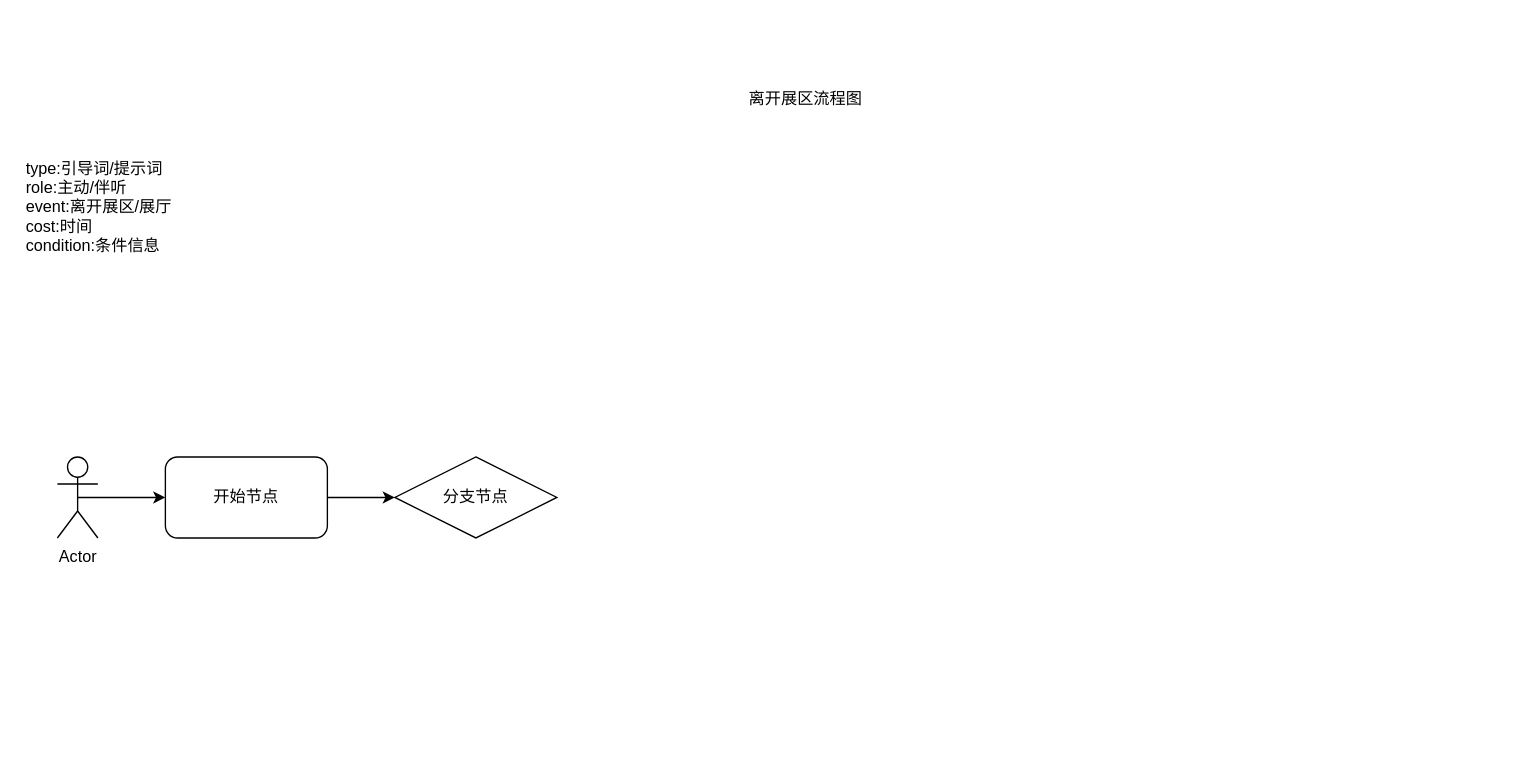
The draw.io diagram 8.离开展厅.drawio in huaxiaojilzg/workflow_draw, before the edit. Source tidied: cells renumbered, new cells numbered last; positions are measured from the earlier drawing's top-left corner, leaving out a move shared by most shapes. Both pictures are drawn from the tidied source at 135%, with x=0, y=0 at pixel (23, 78).
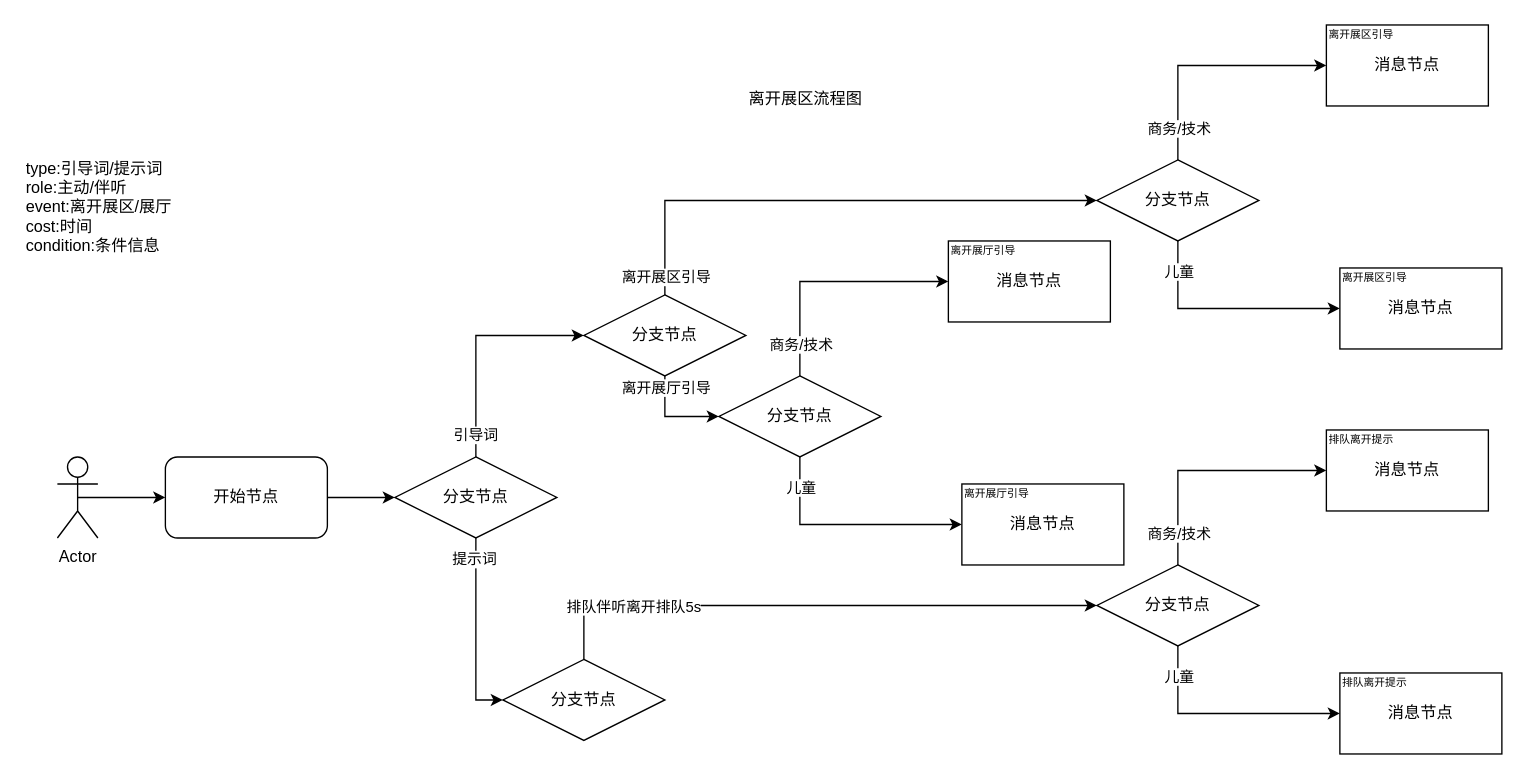
Above is the later version.

Commit message:
更新8.离开展厅.drawio

The change refers to these unchanged cells:
```xml
<mxCell id="7" value="分支节点" style="rhombus;whiteSpace=wrap;html=1;" parent="1" vertex="1">
  <mxGeometry x="275" y="280" width="120" height="60" as="geometry" />
</mxCell>
```

Change to the diagram source:
```diff
@@
+    <mxCell id="9" style="edgeStyle=orthogonalEdgeStyle;rounded=0;jettySize=auto;html=1;exitX=0.5;exitY=0;exitDx=0;exitDy=0;entryX=0;entryY=0.5;entryDx=0;entryDy=0;" parent="1" edge="1" source="7" target="38">
+      <mxGeometry relative="1" as="geometry" />
+    </mxCell>
+    <mxCell id="10" value="引导词" style="edgeLabel;html=1;align=center;verticalAlign=middle;" parent="9" vertex="1">
+      <mxGeometry x="-0.8" y="1" relative="1" as="geometry" />
+    </mxCell>
+    <mxCell id="11" style="edgeStyle=orthogonalEdgeStyle;rounded=0;jettySize=auto;html=1;exitX=0.5;exitY=1;exitDx=0;exitDy=0;entryX=0;entryY=0.5;entryDx=0;entryDy=0;" parent="1" edge="1" source="7" target="33">
+      <mxGeometry relative="1" as="geometry" />
+    </mxCell>
+    <mxCell id="12" value="提示词" style="edgeLabel;html=1;align=center;verticalAlign=middle;" parent="11" vertex="1">
+      <mxGeometry x="-0.78" y="-2" relative="1" as="geometry" />
+    </mxCell>
@@
+    <mxCell id="13" style="edgeStyle=orthogonalEdgeStyle;rounded=0;jettySize=auto;html=1;exitX=0.5;exitY=0;exitDx=0;exitDy=0;entryX=0;entryY=0.5;entryDx=0;entryDy=0;" parent="1" edge="1" source="17" target="18">
+      <mxGeometry relative="1" as="geometry" />
+    </mxCell>
+    <mxCell id="14" value="商务/技术" style="edgeLabel;html=1;align=center;verticalAlign=middle;" parent="13" vertex="1">
+      <mxGeometry x="-0.73" relative="1" as="geometry" />
+    </mxCell>
+    <mxCell id="15" style="edgeStyle=orthogonalEdgeStyle;rounded=0;jettySize=auto;html=1;exitX=0.5;exitY=1;exitDx=0;exitDy=0;entryX=0;entryY=0.5;entryDx=0;entryDy=0;" parent="1" edge="1" source="17" target="19">
+      <mxGeometry relative="1" as="geometry" />
+    </mxCell>
+    <mxCell id="16" value="儿童" style="edgeLabel;html=1;align=center;verticalAlign=middle;" parent="15" vertex="1">
+      <mxGeometry x="-0.74" relative="1" as="geometry" />
+    </mxCell>
+    <mxCell id="17" value="分支节点" style="rhombus;whiteSpace=wrap;html=1;" parent="1" vertex="1">
+      <mxGeometry x="795" y="60" width="120" height="60" as="geometry" />
+    </mxCell>
+    <mxCell id="18" value="消息节点" style="rounded=0;whiteSpace=wrap;html=1;" parent="1" vertex="1">
+      <mxGeometry x="965" y="-40" width="120" height="60" as="geometry" />
+    </mxCell>
+    <mxCell id="19" value="消息节点" style="rounded=0;whiteSpace=wrap;html=1;" parent="1" vertex="1">
+      <mxGeometry x="975" y="140" width="120" height="60" as="geometry" />
+    </mxCell>
+    <mxCell id="20" value="&lt;font style=&quot;font-size: 8px;&quot;&gt;离开展区引导&lt;/font&gt;" style="text;html=1;align=left;verticalAlign=middle;whiteSpace=wrap;rounded=0;" parent="1" vertex="1">
+      <mxGeometry x="965" y="-40" width="70" height="11" as="geometry" />
+    </mxCell>
+    <mxCell id="21" value="&lt;font style=&quot;font-size: 8px;&quot;&gt;离开展区引导&lt;/font&gt;" style="text;html=1;align=left;verticalAlign=middle;whiteSpace=wrap;rounded=0;" parent="1" vertex="1">
+      <mxGeometry x="975" y="140" width="70" height="11" as="geometry" />
+    </mxCell>
+    <mxCell id="22" style="edgeStyle=orthogonalEdgeStyle;rounded=0;jettySize=auto;html=1;exitX=0.5;exitY=0;exitDx=0;exitDy=0;entryX=0;entryY=0.5;entryDx=0;entryDy=0;" parent="1" edge="1" source="26" target="27">
+      <mxGeometry relative="1" as="geometry" />
+    </mxCell>
+    <mxCell id="23" value="商务/技术" style="edgeLabel;html=1;align=center;verticalAlign=middle;" parent="22" vertex="1">
+      <mxGeometry x="-0.73" relative="1" as="geometry" />
+    </mxCell>
+    <mxCell id="24" style="edgeStyle=orthogonalEdgeStyle;rounded=0;jettySize=auto;html=1;exitX=0.5;exitY=1;exitDx=0;exitDy=0;entryX=0;entryY=0.5;entryDx=0;entryDy=0;" parent="1" edge="1" source="26" target="28">
+      <mxGeometry relative="1" as="geometry" />
+    </mxCell>
+    <mxCell id="25" value="儿童" style="edgeLabel;html=1;align=center;verticalAlign=middle;" parent="24" vertex="1">
+      <mxGeometry x="-0.74" relative="1" as="geometry" />
+    </mxCell>
+    <mxCell id="26" value="分支节点" style="rhombus;whiteSpace=wrap;html=1;" parent="1" vertex="1">
+      <mxGeometry x="515" y="220" width="120" height="60" as="geometry" />
+    </mxCell>
+    <mxCell id="27" value="消息节点" style="rounded=0;whiteSpace=wrap;html=1;" parent="1" vertex="1">
+      <mxGeometry x="685" y="120" width="120" height="60" as="geometry" />
+    </mxCell>
+    <mxCell id="28" value="消息节点" style="rounded=0;whiteSpace=wrap;html=1;" parent="1" vertex="1">
+      <mxGeometry x="695" y="300" width="120" height="60" as="geometry" />
+    </mxCell>
+    <mxCell id="29" value="&lt;font style=&quot;font-size: 8px;&quot;&gt;离开展厅引导&lt;/font&gt;" style="text;html=1;align=left;verticalAlign=middle;whiteSpace=wrap;rounded=0;" parent="1" vertex="1">
+      <mxGeometry x="685" y="120" width="70" height="11" as="geometry" />
+    </mxCell>
+    <mxCell id="30" value="&lt;font style=&quot;font-size: 8px;&quot;&gt;离开展厅引导&lt;/font&gt;" style="text;html=1;align=left;verticalAlign=middle;whiteSpace=wrap;rounded=0;" parent="1" vertex="1">
+      <mxGeometry x="695" y="300" width="70" height="11" as="geometry" />
+    </mxCell>
+    <mxCell id="31" style="edgeStyle=orthogonalEdgeStyle;rounded=0;jettySize=auto;html=1;exitX=0.5;exitY=0;exitDx=0;exitDy=0;entryX=0;entryY=0.5;entryDx=0;entryDy=0;" parent="1" edge="1" source="33" target="43">
+      <mxGeometry relative="1" as="geometry" />
+    </mxCell>
+    <mxCell id="32" value="排队伴听离开排队5s" style="edgeLabel;html=1;align=center;verticalAlign=middle;" parent="31" vertex="1">
+      <mxGeometry x="-0.64" relative="1" as="geometry" />
+    </mxCell>
+    <mxCell id="33" value="分支节点" style="rhombus;whiteSpace=wrap;html=1;" parent="1" vertex="1">
+      <mxGeometry x="355" y="430" width="120" height="60" as="geometry" />
+    </mxCell>
+    <mxCell id="34" style="edgeStyle=orthogonalEdgeStyle;rounded=0;jettySize=auto;html=1;exitX=0.5;exitY=1;exitDx=0;exitDy=0;entryX=0;entryY=0.5;entryDx=0;entryDy=0;" parent="1" edge="1" source="38" target="26">
+      <mxGeometry relative="1" as="geometry" />
+    </mxCell>
+    <mxCell id="35" value="离开展厅引导" style="edgeLabel;html=1;align=center;verticalAlign=middle;" parent="34" vertex="1">
+      <mxGeometry x="-0.76" relative="1" as="geometry" />
+    </mxCell>
+    <mxCell id="36" style="edgeStyle=orthogonalEdgeStyle;rounded=0;jettySize=auto;html=1;exitX=0.5;exitY=0;exitDx=0;exitDy=0;entryX=0;entryY=0.5;entryDx=0;entryDy=0;" parent="1" edge="1" source="38" target="17">
+      <mxGeometry relative="1" as="geometry" />
+    </mxCell>
+    <mxCell id="37" value="离开展区引导" style="edgeLabel;html=1;align=center;verticalAlign=middle;" parent="36" vertex="1">
+      <mxGeometry x="-0.93" relative="1" as="geometry" />
+    </mxCell>
+    <mxCell id="38" value="分支节点" style="rhombus;whiteSpace=wrap;html=1;" parent="1" vertex="1">
+      <mxGeometry x="415" y="160" width="120" height="60" as="geometry" />
+    </mxCell>
+    <mxCell id="39" style="edgeStyle=orthogonalEdgeStyle;rounded=0;jettySize=auto;html=1;exitX=0.5;exitY=0;exitDx=0;exitDy=0;entryX=0;entryY=0.5;entryDx=0;entryDy=0;" parent="1" edge="1" source="43" target="44">
+      <mxGeometry relative="1" as="geometry" />
+    </mxCell>
+    <mxCell id="40" value="商务/技术" style="edgeLabel;html=1;align=center;verticalAlign=middle;" parent="39" vertex="1">
+      <mxGeometry x="-0.73" relative="1" as="geometry" />
+    </mxCell>
+    <mxCell id="41" style="edgeStyle=orthogonalEdgeStyle;rounded=0;jettySize=auto;html=1;exitX=0.5;exitY=1;exitDx=0;exitDy=0;entryX=0;entryY=0.5;entryDx=0;entryDy=0;" parent="1" edge="1" source="43" target="45">
+      <mxGeometry relative="1" as="geometry" />
+    </mxCell>
+    <mxCell id="42" value="儿童" style="edgeLabel;html=1;align=center;verticalAlign=middle;" parent="41" vertex="1">
+      <mxGeometry x="-0.74" relative="1" as="geometry" />
+    </mxCell>
+    <mxCell id="43" value="分支节点" style="rhombus;whiteSpace=wrap;html=1;" parent="1" vertex="1">
+      <mxGeometry x="795" y="360" width="120" height="60" as="geometry" />
+    </mxCell>
+    <mxCell id="44" value="消息节点" style="rounded=0;whiteSpace=wrap;html=1;" parent="1" vertex="1">
+      <mxGeometry x="965" y="260" width="120" height="60" as="geometry" />
+    </mxCell>
+    <mxCell id="45" value="消息节点" style="rounded=0;whiteSpace=wrap;html=1;" parent="1" vertex="1">
+      <mxGeometry x="975" y="440" width="120" height="60" as="geometry" />
+    </mxCell>
+    <mxCell id="46" value="&lt;font style=&quot;font-size: 8px;&quot;&gt;排队离开提示&lt;/font&gt;" style="text;html=1;align=left;verticalAlign=middle;whiteSpace=wrap;rounded=0;" parent="1" vertex="1">
+      <mxGeometry x="965" y="260" width="70" height="11" as="geometry" />
+    </mxCell>
+    <mxCell id="47" value="&lt;font style=&quot;font-size: 8px;&quot;&gt;排队离开提示&lt;/font&gt;" style="text;html=1;align=left;verticalAlign=middle;whiteSpace=wrap;rounded=0;" parent="1" vertex="1">
+      <mxGeometry x="975" y="440" width="70" height="11" as="geometry" />
+    </mxCell>
```
